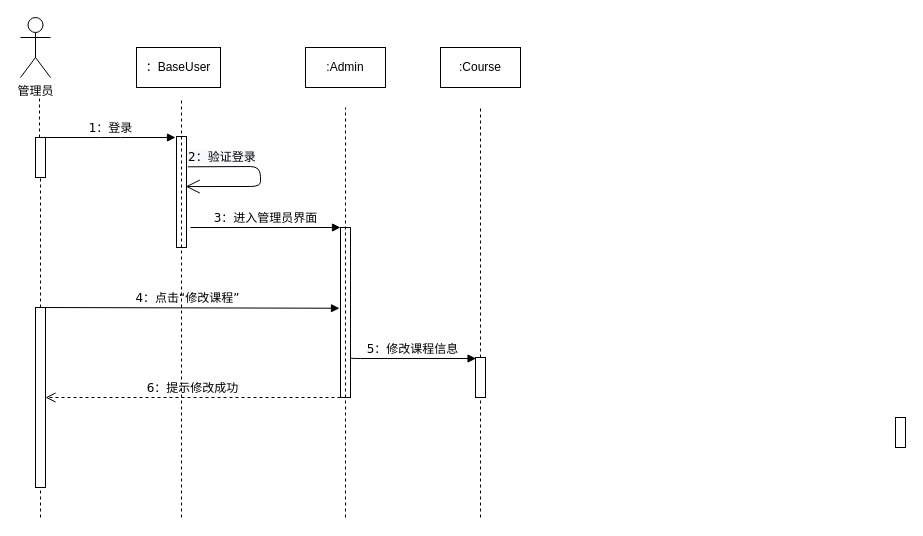
Before: 软件工程课程设计顺序图.drawio in Freda-afk/hello-world, a draw.io diagram. Source tidied: cells renumbered, new cells numbered last; positions are measured from the earlier drawing's top-left corner, leaving out a move shared by most shapes. Both pictures are drawn from the tidied source at 100%, with x=0, y=0 at pixel (20, 17).
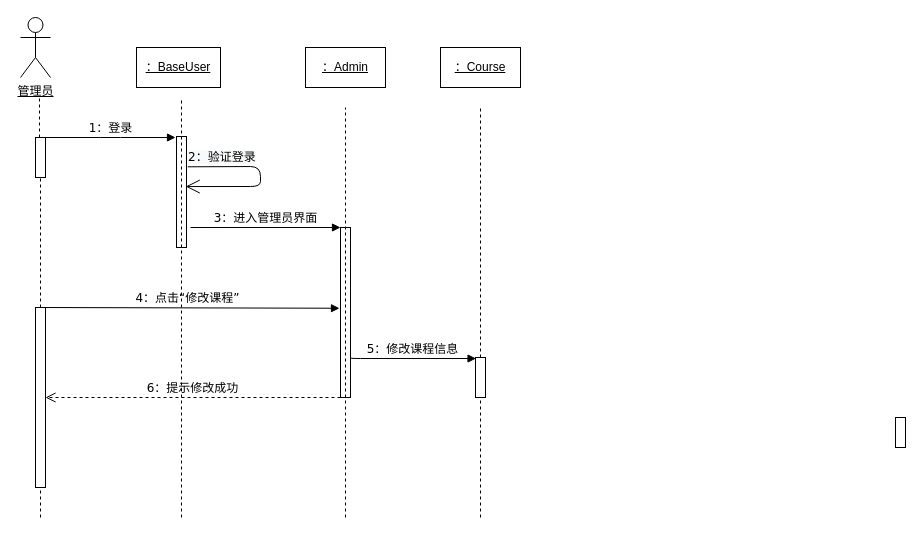
The same page after the edit.

Commit message (it also covers changes not shown here):
Update 软件工程课程设计顺序图.drawio

What changed in the source:
```diff
@@
-    <mxCell id="6" value="管理员" style="shape=umlActor;verticalLabelPosition=bottom;verticalAlign=top;html=1;" parent="1" vertex="1">
+    <mxCell id="6" value="&lt;u&gt;管理员&lt;/u&gt;" style="shape=umlActor;verticalLabelPosition=bottom;verticalAlign=top;html=1;" parent="1" vertex="1">
       <mxGeometry width="30" height="60" as="geometry" />
     </mxCell>
@@
-    <mxCell id="11" value="：BaseUser" style="rounded=0;whiteSpace=wrap;html=1;" parent="1" vertex="1">
+    <mxCell id="11" value="&lt;u&gt;：BaseUser&lt;/u&gt;" style="rounded=0;whiteSpace=wrap;html=1;" parent="1" vertex="1">
       <mxGeometry x="116" y="30" width="84" height="40" as="geometry" />
     </mxCell>
-    <mxCell id="12" value=":Admin" style="rounded=0;whiteSpace=wrap;html=1;" parent="1" vertex="1">
+    <mxCell id="12" value="&lt;u&gt;：Admin&lt;/u&gt;" style="rounded=0;whiteSpace=wrap;html=1;" parent="1" vertex="1">
       <mxGeometry x="285" y="30" width="80" height="40" as="geometry" />
     </mxCell>
-    <mxCell id="13" value=":Course" style="rounded=0;whiteSpace=wrap;html=1;" parent="1" vertex="1">
+    <mxCell id="13" value="&lt;u&gt;：Course&lt;/u&gt;" style="rounded=0;whiteSpace=wrap;html=1;" parent="1" vertex="1">
       <mxGeometry x="420" y="30" width="80" height="40" as="geometry" />
     </mxCell>
```
